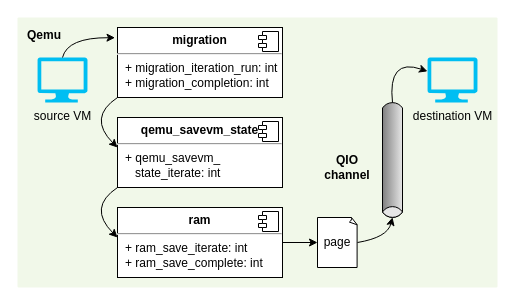
The draw.io diagram qemu-migration/qemu-migration-structure.drawio in xuyizhe1999/drawio, before the edit. Source tidied: cells renumbered, new cells numbered last; positions are measured from the earlier drawing's top-left corner, leaving out a move shared by most shapes. Both pictures are drawn from the tidied source at 100%, with x=0, y=0 at pixel (17, 17).
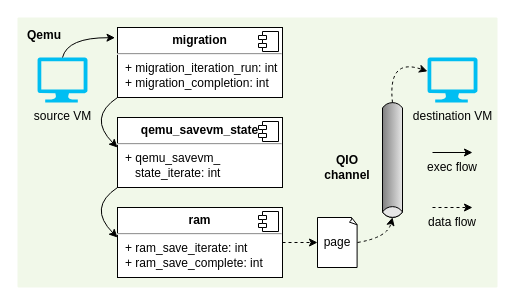
The same diagram, later.

The change refers to these unchanged cells:
```xml
<mxCell id="9" value="&lt;p style=&quot;margin: 0px ; margin-top: 6px ; text-align: center&quot;&gt;&lt;b&gt;ram&lt;/b&gt;&lt;/p&gt;&lt;hr&gt;&lt;p style=&quot;margin: 0px ; margin-left: 8px&quot;&gt;+ ram_save_iterate: int&lt;br&gt;+ ram_save_complete: int&lt;/p&gt;" style="align=left;overflow=fill;html=1;fontColor=#000000;" parent="1" vertex="1">
  <mxGeometry x="100" y="190" width="165" height="70" as="geometry" />
</mxCell>
<mxCell id="14" style="strokeWidth=1;outlineConnect=0;dashed=0;align=center;fontSize=8;shape=mxgraph.eip.messageChannel;html=1;verticalLabelPosition=bottom;verticalAlign=top;fontColor=#000000;rotation=90;" parent="1" vertex="1">
  <mxGeometry x="315" y="120" width="120" height="45" as="geometry" />
</mxCell>
<mxCell id="15" value="page" style="whiteSpace=wrap;html=1;shape=mxgraph.basic.document;fontColor=#000000;" parent="1" vertex="1">
  <mxGeometry x="300" y="200" width="40" height="50" as="geometry" />
</mxCell>
<mxCell id="17" value="destination VM" style="verticalLabelPosition=bottom;html=1;verticalAlign=top;align=center;strokeColor=none;fillColor=#00BEF2;shape=mxgraph.azure.computer;" parent="1" vertex="1">
  <mxGeometry x="410" y="40" width="50" height="45" as="geometry" />
</mxCell>
```

Diff of the diagram source:
```diff
@@
-    <mxCell id="8" style="edgeStyle=orthogonalEdgeStyle;rounded=0;jettySize=auto;html=1;exitX=1;exitY=0.5;exitDx=0;exitDy=0;entryX=0;entryY=0.5;entryDx=0;entryDy=0;entryPerimeter=0;fontColor=#000000;" parent="1" edge="1" source="9" target="15">
+    <mxCell id="8" style="edgeStyle=orthogonalEdgeStyle;rounded=0;jettySize=auto;html=1;exitX=1;exitY=0.5;exitDx=0;exitDy=0;entryX=0;entryY=0.5;entryDx=0;entryDy=0;entryPerimeter=0;fontColor=#000000;dashed=1;" parent="1" edge="1" source="9" target="15">
       <mxGeometry relative="1" as="geometry" />
     </mxCell>
@@
-    <mxCell id="16" style="curved=1;endArrow=classic;html=1;rounded=0;fontColor=#000000;exitX=1;exitY=0.5;exitDx=0;exitDy=0;exitPerimeter=0;entryX=1;entryY=0.5;entryDx=-2.7;entryDy=0;entryPerimeter=0;" parent="1" edge="1" source="15" target="14">
+    <mxCell id="16" style="curved=1;endArrow=classic;html=1;rounded=0;fontColor=#000000;exitX=1;exitY=0.5;exitDx=0;exitDy=0;exitPerimeter=0;entryX=1;entryY=0.5;entryDx=-2.7;entryDy=0;entryPerimeter=0;dashed=1;" parent="1" edge="1" source="15" target="14">
       <mxGeometry relative="1" as="geometry">
         <Array as="points">
           <mxPoint x="370" y="220" />
         </Array>
       </mxGeometry>
     </mxCell>
@@
-    <mxCell id="18" style="curved=1;endArrow=classic;html=1;rounded=0;fontColor=#000000;exitX=0;exitY=0.5;exitDx=2.7;exitDy=0;exitPerimeter=0;" parent="1" edge="1" source="14" target="17">
+    <mxCell id="18" style="curved=1;endArrow=classic;html=1;rounded=0;fontColor=#000000;exitX=0;exitY=0.5;exitDx=2.7;exitDy=0;exitPerimeter=0;dashed=1;" parent="1" edge="1" source="14" target="17">
       <mxGeometry relative="1" as="geometry">
         <Array as="points">
           <mxPoint x="370" y="40" />
         </Array>
       </mxGeometry>
     </mxCell>
@@
+    <mxCell id="20" style="endArrow=classic;html=1;rounded=0;" parent="1" edge="1">
+      <mxGeometry relative="1" as="geometry">
+        <mxPoint x="415" y="135" as="sourcePoint" />
+        <mxPoint x="455" y="135" as="targetPoint" />
+      </mxGeometry>
+    </mxCell>
+    <mxCell id="21" style="endArrow=classic;html=1;rounded=0;dashed=1;" parent="1" edge="1">
+      <mxGeometry relative="1" as="geometry">
+        <mxPoint x="415" y="190" as="sourcePoint" />
+        <mxPoint x="455" y="190" as="targetPoint" />
+      </mxGeometry>
+    </mxCell>
+    <mxCell id="22" value="exec flow" style="text;html=1;strokeColor=none;fillColor=none;align=center;verticalAlign=middle;whiteSpace=wrap;rounded=0;" parent="1" vertex="1">
+      <mxGeometry x="405" y="135" width="60" height="30" as="geometry" />
+    </mxCell>
+    <mxCell id="23" value="data flow" style="text;html=1;strokeColor=none;fillColor=none;align=center;verticalAlign=middle;whiteSpace=wrap;rounded=0;" parent="1" vertex="1">
+      <mxGeometry x="405" y="190" width="60" height="30" as="geometry" />
+    </mxCell>
```
